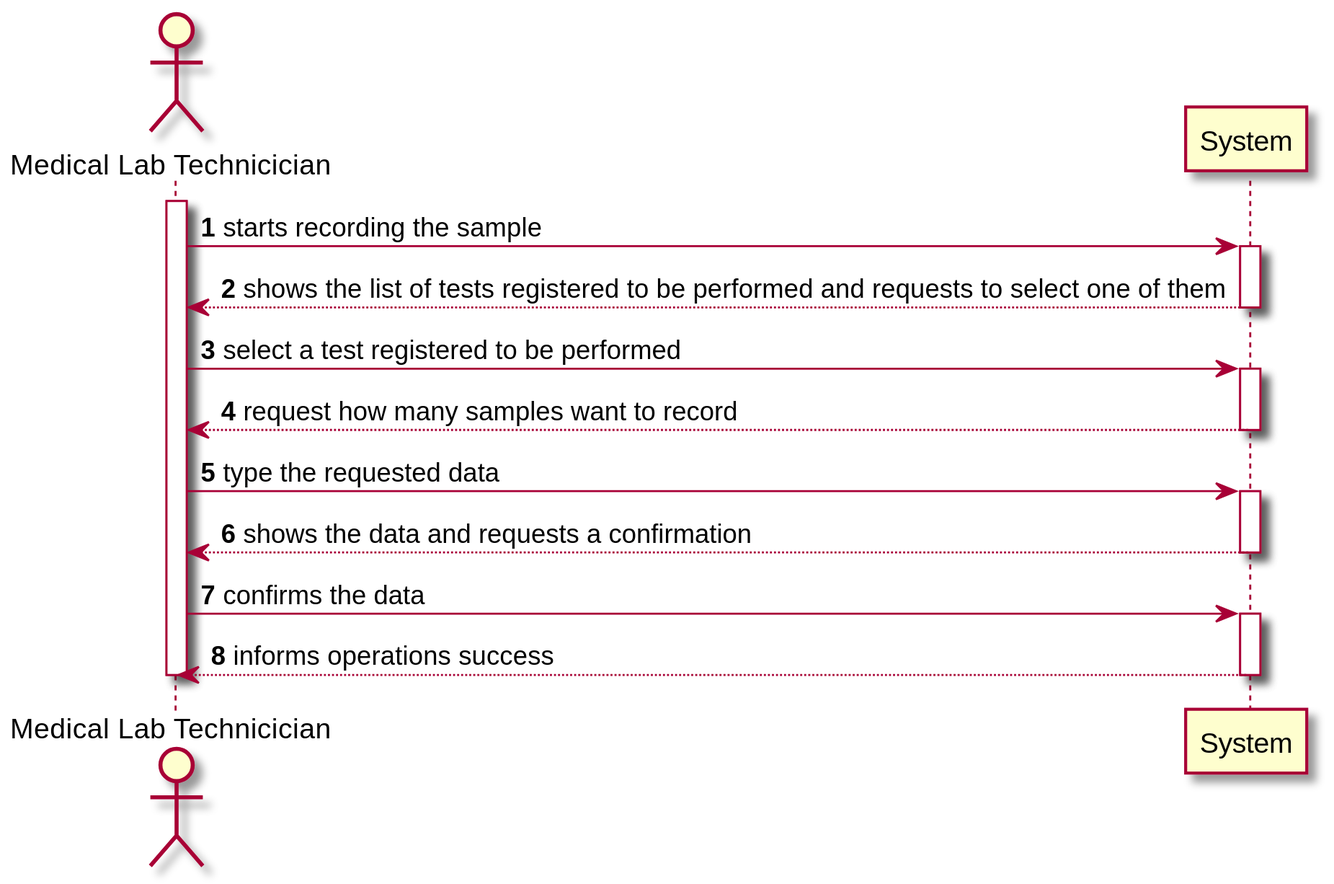
The PlantUML diagram docs/SprintC/US5_RecordTheSample/US005_SSD.svg in Pedromaia26/LAPR2-ISEP, before a commit.
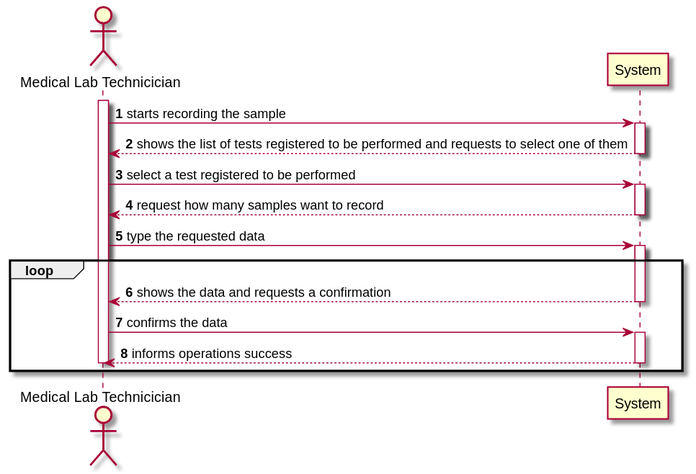
The same diagram one commit later.

Change to the diagram source:
```diff
@@ -22,7 +22,7 @@
 deactivate sys
 
 MLT -> sys : type the requested data
-
+loop
 activate sys
 
 sys-->MLT : shows the data and requests a confirmation
@@ -33,4 +33,5 @@
 sys-->MLT : informs operations success
 deactivate sys
 deactivate MLT
+end
 @enduml
```
